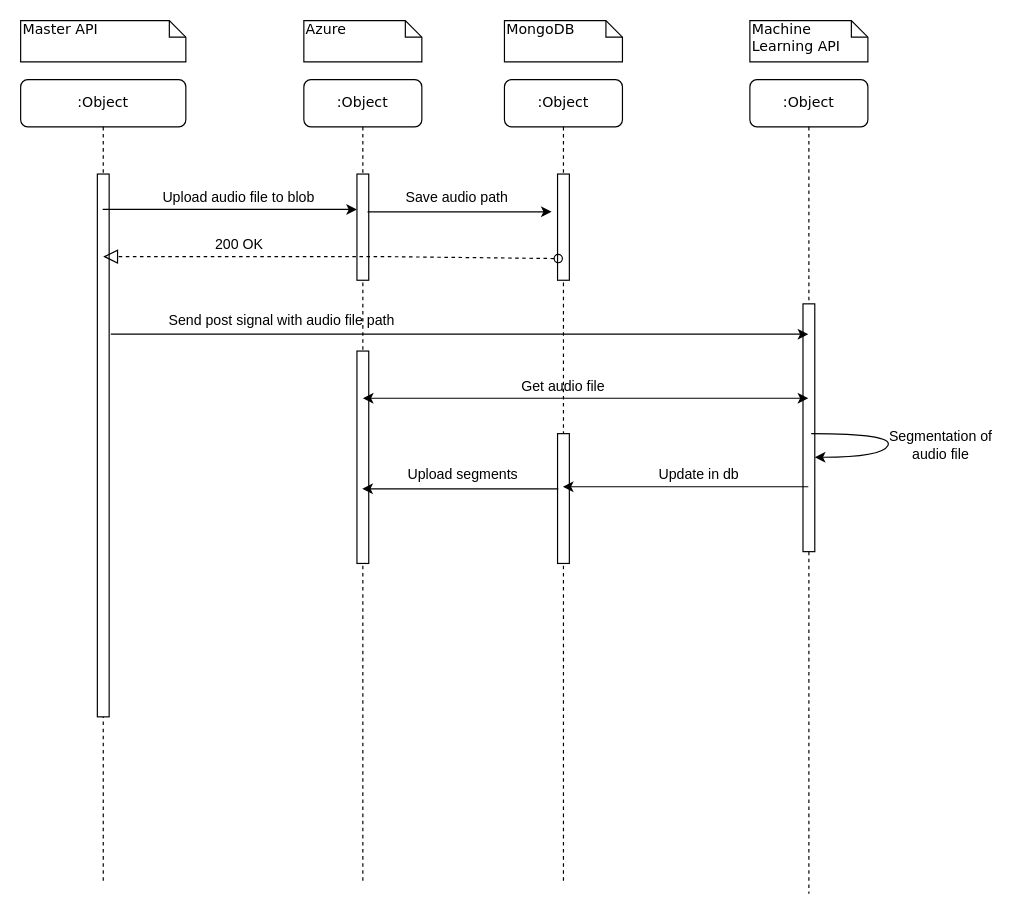
Above: Sequence Diagram.drawio in Defaultse/SERS (draw.io), before the change. Source tidied: cells renumbered, new cells numbered last; positions are measured from the earlier drawing's top-left corner, leaving out a move shared by most shapes. Both pictures are drawn from the tidied source at 118%, with x=0, y=0 at pixel (20, 20).
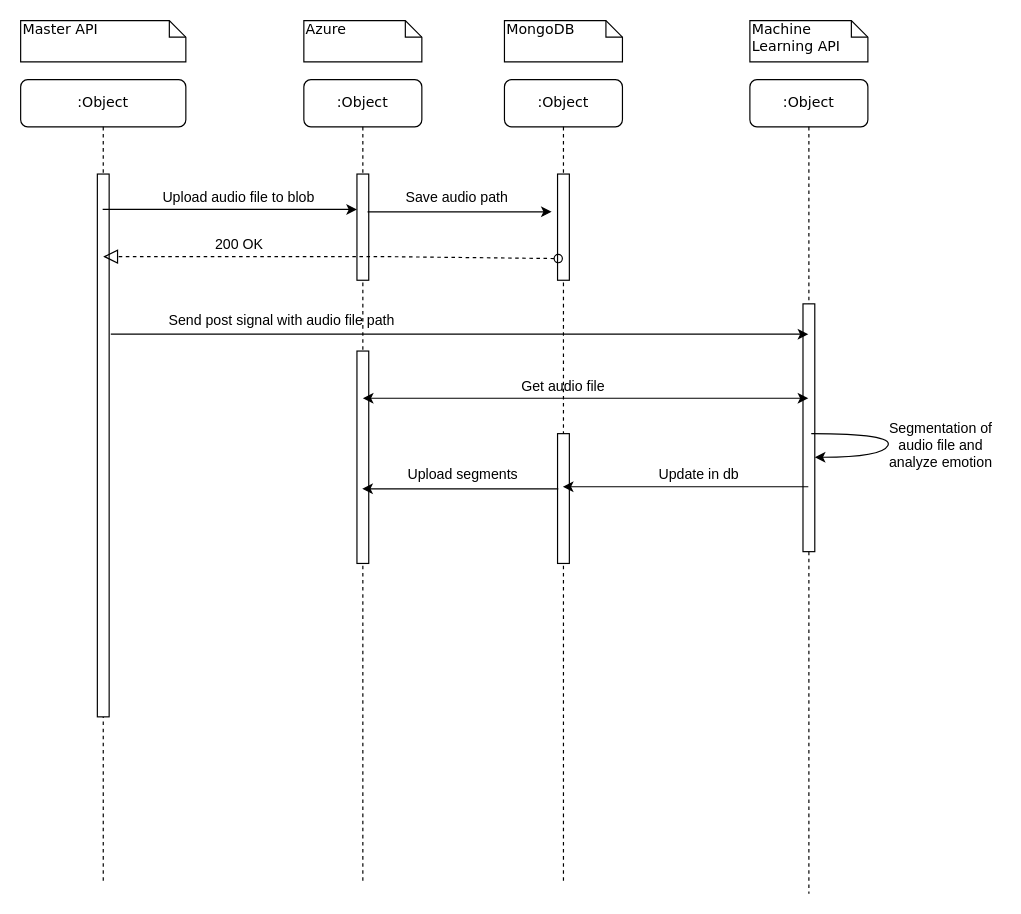
The same page after the edit.

Change to the diagram source:
```diff
@@
-    <mxCell id="27" value="Segmentation of audio file" style="text;html=1;strokeColor=none;fillColor=none;align=center;verticalAlign=middle;whiteSpace=wrap;rounded=0;" parent="1" vertex="1">
+    <mxCell id="27" value="Segmentation of audio file and&lt;br&gt;analyze emotion" style="text;html=1;strokeColor=none;fillColor=none;align=center;verticalAlign=middle;whiteSpace=wrap;rounded=0;" parent="1" vertex="1">
       <mxGeometry x="730" y="350" width="100" height="20" as="geometry" />
     </mxCell>
```
